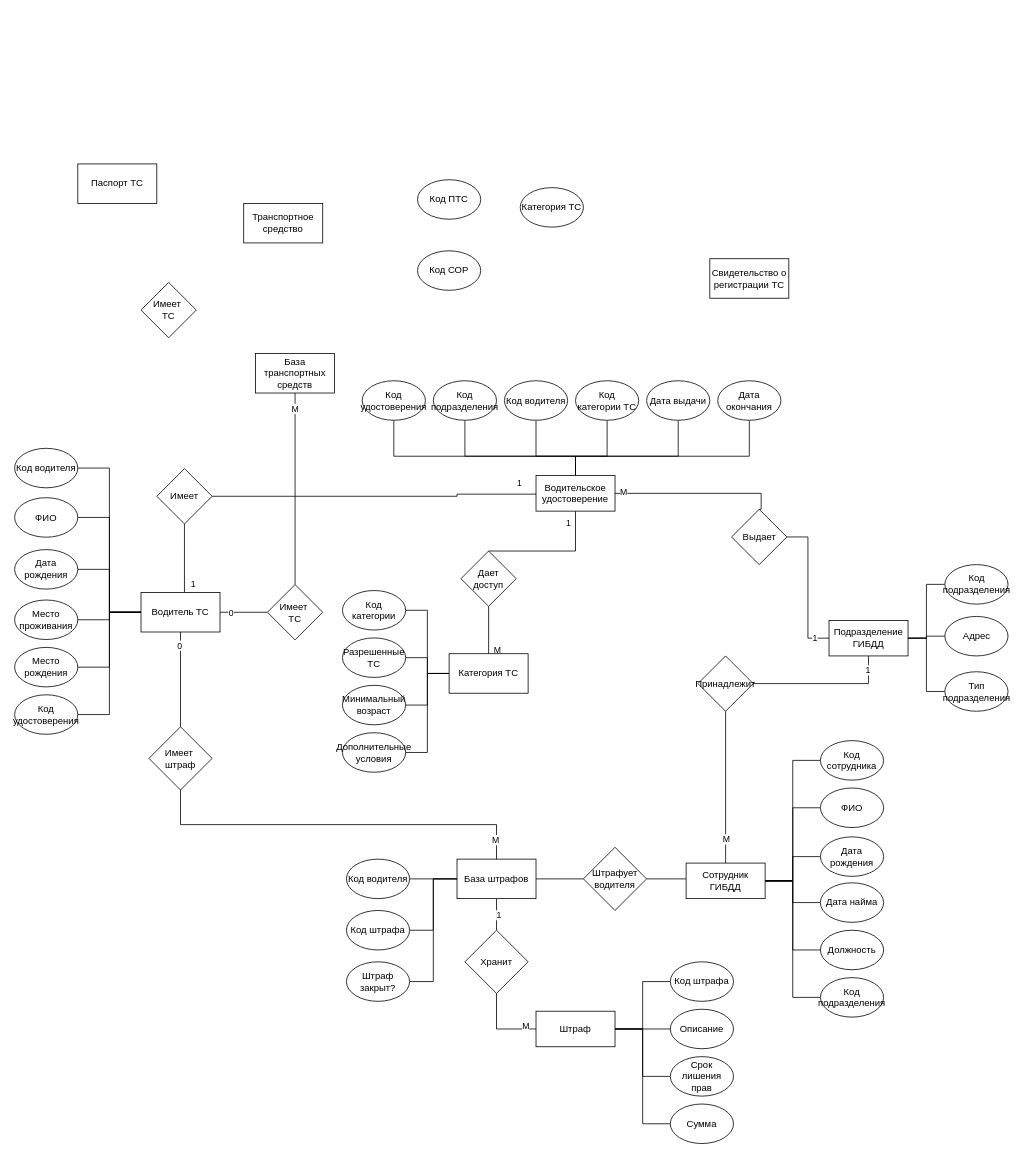
Above: RelateModel.drawio in duahifnv/TrafficInspectionApp (draw.io), before the change. Source tidied: cells renumbered, new cells numbered last; positions are measured from the earlier drawing's top-left corner, leaving out a move shared by most shapes. Both pictures are drawn from the tidied source at 79%, with x=0, y=0 at pixel (14, 164).
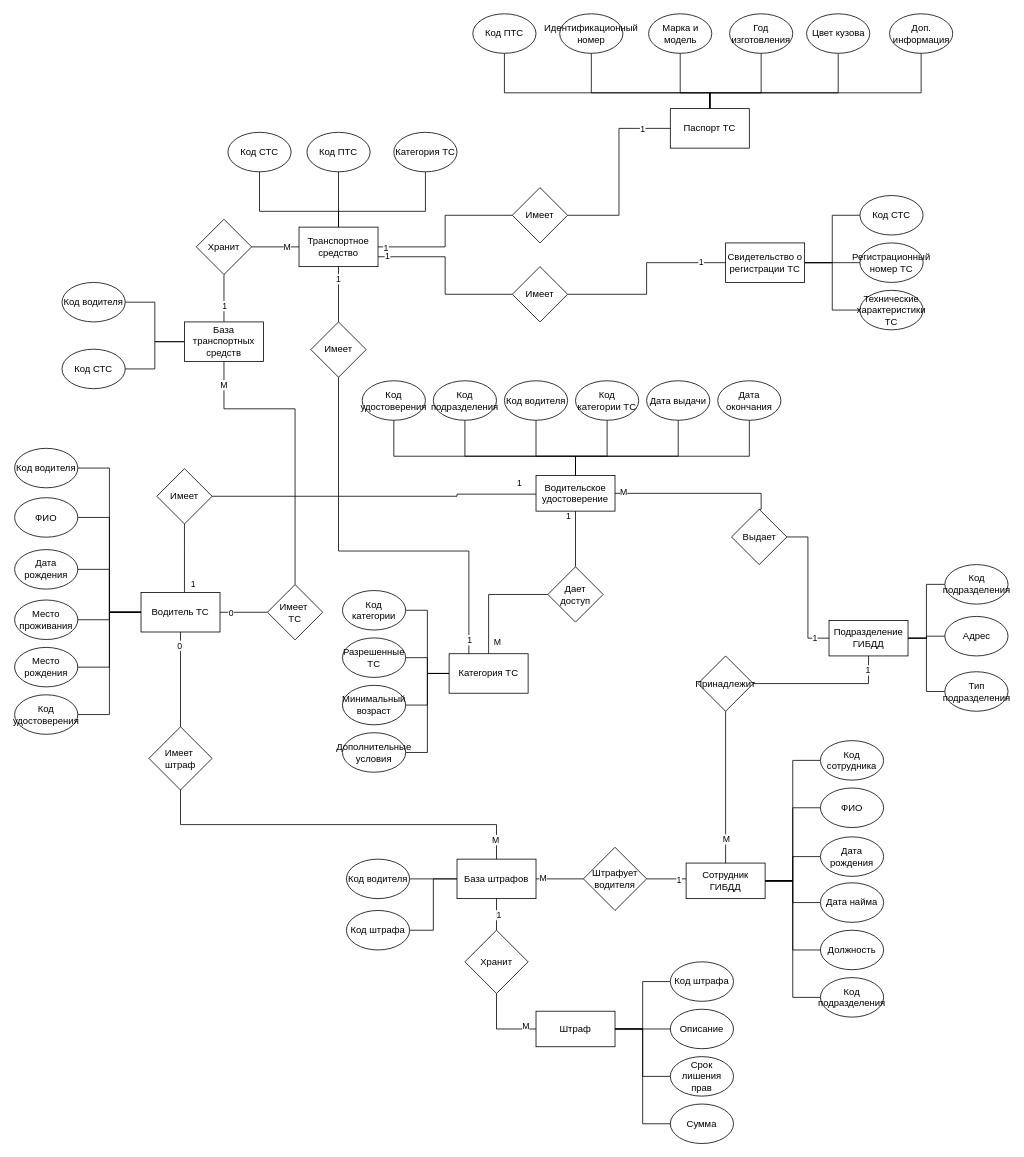
The same page after the edit.

The change refers to these unchanged cells:
```xml
<mxCell id="46" value="Категория ТС" style="rounded=0;whiteSpace=wrap;html=1;" parent="1" vertex="1">
  <mxGeometry x="550" y="620" width="100" height="50" as="geometry" />
</mxCell>
<mxCell id="69" style="edgeStyle=orthogonalEdgeStyle;rounded=0;jettySize=auto;html=1;entryX=1;entryY=0.5;entryDx=0;entryDy=0;endArrow=none;endFill=0;" parent="1" edge="1" source="70" target="105">
  <mxGeometry relative="1" as="geometry">
    <Array as="points">
      <mxPoint x="840" y="905" />
      <mxPoint x="840" y="905" />
    </Array>
  </mxGeometry>
</mxCell>
<mxCell id="87" value="База штрафов" style="rounded=0;whiteSpace=wrap;html=1;" parent="1" vertex="1">
  <mxGeometry x="560" y="880" width="100" height="50" as="geometry" />
</mxCell>
<mxCell id="104" style="edgeStyle=orthogonalEdgeStyle;rounded=0;jettySize=auto;html=1;entryX=1;entryY=0.5;entryDx=0;entryDy=0;endArrow=none;endFill=0;" parent="1" edge="1" source="105" target="87">
  <mxGeometry relative="1" as="geometry" />
</mxCell>
<mxCell id="116" value="Имеет&amp;nbsp;&lt;div&gt;ТС&lt;/div&gt;" style="rhombus;whiteSpace=wrap;html=1;" parent="1" vertex="1">
  <mxGeometry x="320" y="532.5" width="70" height="70" as="geometry" />
</mxCell>
```

Diff of the diagram source:
```diff
@@
     <mxCell id="41" value="Дает&lt;div&gt;доступ&lt;/div&gt;" style="rhombus;whiteSpace=wrap;html=1;" parent="1" vertex="1">
-      <mxGeometry x="565" y="490" width="70" height="70" as="geometry" />
+      <mxGeometry x="675" y="510" width="70" height="70" as="geometry" />
     </mxCell>
@@
+    <mxCell id="119" value="1" style="edgeLabel;html=1;align=center;verticalAlign=middle;" parent="69" vertex="1">
+      <mxGeometry x="-0.59" y="1" relative="1" as="geometry" />
+    </mxCell>
@@
-    <mxCell id="84" style="edgeStyle=orthogonalEdgeStyle;rounded=0;jettySize=auto;html=1;entryX=1;entryY=0.5;entryDx=0;entryDy=0;endArrow=none;endFill=0;" parent="1" edge="1" source="87" target="106">
-      <mxGeometry relative="1" as="geometry" />
-    </mxCell>
@@
+    <mxCell id="120" value="M" style="edgeLabel;html=1;align=center;verticalAlign=middle;" parent="104" vertex="1">
+      <mxGeometry x="0.72" y="-2" relative="1" as="geometry" />
+    </mxCell>
@@
-    <mxCell id="106" value="Штраф закрыт?" style="ellipse;whiteSpace=wrap;html=1;" parent="1" vertex="1">
-      <mxGeometry x="420" y="1010" width="80" height="50" as="geometry" />
-    </mxCell>
@@
+    <mxCell id="121" style="edgeStyle=orthogonalEdgeStyle;rounded=0;jettySize=auto;html=1;entryX=0.5;entryY=1;entryDx=0;entryDy=0;endArrow=none;endFill=0;" parent="1" edge="1" source="108" target="159">
+      <mxGeometry relative="1" as="geometry">
+        <Array as="points">
+          <mxPoint x="880" y="-90" />
+          <mxPoint x="620" y="-90" />
+        </Array>
+      </mxGeometry>
+    </mxCell>
+    <mxCell id="122" style="edgeStyle=orthogonalEdgeStyle;rounded=0;jettySize=auto;html=1;entryX=0.5;entryY=1;entryDx=0;entryDy=0;endArrow=none;endFill=0;" parent="1" edge="1" source="108" target="160">
+      <mxGeometry relative="1" as="geometry">
+        <Array as="points">
+          <mxPoint x="880" y="-90" />
+          <mxPoint x="730" y="-90" />
+        </Array>
+      </mxGeometry>
+    </mxCell>
+    <mxCell id="123" style="edgeStyle=orthogonalEdgeStyle;rounded=0;jettySize=auto;html=1;entryX=0.5;entryY=1;entryDx=0;entryDy=0;endArrow=none;endFill=0;" parent="1" edge="1" source="108" target="161">
+      <mxGeometry relative="1" as="geometry">
+        <Array as="points">
+          <mxPoint x="880" y="-90" />
+          <mxPoint x="843" y="-90" />
+        </Array>
+      </mxGeometry>
+    </mxCell>
+    <mxCell id="124" style="edgeStyle=orthogonalEdgeStyle;rounded=0;jettySize=auto;html=1;entryX=0.5;entryY=1;entryDx=0;entryDy=0;endArrow=none;endFill=0;" parent="1" edge="1" source="108" target="162">
+      <mxGeometry relative="1" as="geometry">
+        <Array as="points">
+          <mxPoint x="880" y="-90" />
+          <mxPoint x="945" y="-90" />
+        </Array>
+      </mxGeometry>
+    </mxCell>
+    <mxCell id="125" style="edgeStyle=orthogonalEdgeStyle;rounded=0;jettySize=auto;html=1;entryX=0.5;entryY=1;entryDx=0;entryDy=0;endArrow=none;endFill=0;" parent="1" edge="1" source="108" target="163">
+      <mxGeometry relative="1" as="geometry">
+        <Array as="points">
+          <mxPoint x="880" y="-90" />
+          <mxPoint x="1043" y="-90" />
+        </Array>
+      </mxGeometry>
+    </mxCell>
+    <mxCell id="126" style="edgeStyle=orthogonalEdgeStyle;rounded=0;jettySize=auto;html=1;entryX=0.5;entryY=1;entryDx=0;entryDy=0;endArrow=none;endFill=0;" parent="1" edge="1" source="108" target="164">
+      <mxGeometry relative="1" as="geometry">
+        <Array as="points">
+          <mxPoint x="880" y="-90" />
+          <mxPoint x="1148" y="-90" />
+        </Array>
+      </mxGeometry>
+    </mxCell>
     <mxCell id="108" value="Паспорт ТС" style="rounded=0;whiteSpace=wrap;html=1;" parent="1" vertex="1">
-      <mxGeometry x="80" width="100" height="50" as="geometry" />
+      <mxGeometry x="830" y="-70" width="100" height="50" as="geometry" />
     </mxCell>
+    <mxCell id="127" style="edgeStyle=orthogonalEdgeStyle;rounded=0;jettySize=auto;html=1;entryX=0;entryY=0.5;entryDx=0;entryDy=0;endArrow=none;endFill=0;" parent="1" edge="1" source="109" target="149">
+      <mxGeometry relative="1" as="geometry" />
+    </mxCell>
+    <mxCell id="128" value="1" style="edgeLabel;html=1;align=center;verticalAlign=middle;" parent="127" vertex="1">
+      <mxGeometry x="-0.57" y="-1" relative="1" as="geometry" />
+    </mxCell>
+    <mxCell id="129" style="edgeStyle=orthogonalEdgeStyle;rounded=0;jettySize=auto;html=1;entryX=0.5;entryY=1;entryDx=0;entryDy=0;endArrow=none;endFill=0;" parent="1" edge="1" source="109" target="111">
+      <mxGeometry relative="1" as="geometry">
+        <Array as="points">
+          <mxPoint x="410" y="60" />
+          <mxPoint x="310" y="60" />
+        </Array>
+      </mxGeometry>
+    </mxCell>
+    <mxCell id="130" style="edgeStyle=orthogonalEdgeStyle;rounded=0;jettySize=auto;html=1;entryX=0.5;entryY=1;entryDx=0;entryDy=0;endArrow=none;endFill=0;" parent="1" edge="1" source="109" target="112">
+      <mxGeometry relative="1" as="geometry" />
+    </mxCell>
+    <mxCell id="131" style="edgeStyle=orthogonalEdgeStyle;rounded=0;jettySize=auto;html=1;entryX=0.5;entryY=1;entryDx=0;entryDy=0;endArrow=none;endFill=0;" parent="1" edge="1" source="109" target="113">
+      <mxGeometry relative="1" as="geometry">
+        <Array as="points">
+          <mxPoint x="410" y="60" />
+          <mxPoint x="520" y="60" />
+        </Array>
+      </mxGeometry>
+    </mxCell>
+    <mxCell id="132" style="edgeStyle=orthogonalEdgeStyle;rounded=0;jettySize=auto;html=1;entryX=0;entryY=0.5;entryDx=0;entryDy=0;endArrow=none;endFill=0;" parent="1" edge="1" source="109" target="152">
+      <mxGeometry relative="1" as="geometry" />
+    </mxCell>
+    <mxCell id="133" value="1" style="edgeLabel;html=1;align=center;verticalAlign=middle;" parent="132" vertex="1">
+      <mxGeometry x="-0.91" y="-1" relative="1" as="geometry" />
+    </mxCell>
+    <mxCell id="134" style="edgeStyle=orthogonalEdgeStyle;rounded=0;jettySize=auto;html=1;exitX=1;exitY=0.75;exitDx=0;exitDy=0;entryX=0;entryY=0.5;entryDx=0;entryDy=0;endArrow=none;endFill=0;" parent="1" edge="1" source="109" target="155">
+      <mxGeometry relative="1" as="geometry" />
+    </mxCell>
+    <mxCell id="135" value="1" style="edgeLabel;html=1;align=center;verticalAlign=middle;" parent="134" vertex="1">
+      <mxGeometry x="-0.9" y="1" relative="1" as="geometry" />
+    </mxCell>
     <mxCell id="109" value="Транспортное средство" style="rounded=0;whiteSpace=wrap;html=1;" parent="1" vertex="1">
-      <mxGeometry x="290" y="50" width="100" height="50" as="geometry" />
+      <mxGeometry x="360" y="80" width="100" height="50" as="geometry" />
     </mxCell>
+    <mxCell id="136" style="edgeStyle=orthogonalEdgeStyle;rounded=0;jettySize=auto;html=1;entryX=0;entryY=0.5;entryDx=0;entryDy=0;endArrow=none;endFill=0;" parent="1" edge="1" source="110" target="157">
+      <mxGeometry relative="1" as="geometry" />
+    </mxCell>
+    <mxCell id="137" style="edgeStyle=orthogonalEdgeStyle;rounded=0;jettySize=auto;html=1;entryX=0;entryY=0.5;entryDx=0;entryDy=0;endArrow=none;endFill=0;" parent="1" edge="1" source="110" target="156">
+      <mxGeometry relative="1" as="geometry" />
+    </mxCell>
+    <mxCell id="138" style="edgeStyle=orthogonalEdgeStyle;rounded=0;jettySize=auto;html=1;entryX=0;entryY=0.5;entryDx=0;entryDy=0;endArrow=none;endFill=0;" parent="1" edge="1" source="110" target="158">
+      <mxGeometry relative="1" as="geometry" />
+    </mxCell>
     <mxCell id="110" value="Свидетельство о регистрации ТС" style="rounded=0;whiteSpace=wrap;html=1;" parent="1" vertex="1">
-      <mxGeometry x="880" y="120" width="100" height="50" as="geometry" />
+      <mxGeometry x="900" y="100" width="100" height="50" as="geometry" />
     </mxCell>
-    <mxCell id="111" value="Код СОР" style="ellipse;whiteSpace=wrap;html=1;" parent="1" vertex="1">
-      <mxGeometry x="510" y="110" width="80" height="50" as="geometry" />
+    <mxCell id="111" value="Код СТС" style="ellipse;whiteSpace=wrap;html=1;" parent="1" vertex="1">
+      <mxGeometry x="270" y="-40" width="80" height="50" as="geometry" />
     </mxCell>
     <mxCell id="112" value="Код ПТС" style="ellipse;whiteSpace=wrap;html=1;" parent="1" vertex="1">
-      <mxGeometry x="510" y="20" width="80" height="50" as="geometry" />
+      <mxGeometry x="370" y="-40" width="80" height="50" as="geometry" />
     </mxCell>
     <mxCell id="113" value="Категория ТС" style="ellipse;whiteSpace=wrap;html=1;" parent="1" vertex="1">
-      <mxGeometry x="640" y="30" width="80" height="50" as="geometry" />
+      <mxGeometry x="480" y="-40" width="80" height="50" as="geometry" />
     </mxCell>
     <mxCell id="114" style="edgeStyle=orthogonalEdgeStyle;rounded=0;jettySize=auto;html=1;entryX=0.5;entryY=1;entryDx=0;entryDy=0;endArrow=none;endFill=0;" parent="1" edge="1" source="116" target="117">
-      <mxGeometry relative="1" as="geometry" />
+      <mxGeometry relative="1" as="geometry">
+        <Array as="points">
+          <mxPoint x="355" y="310" />
+          <mxPoint x="265" y="310" />
+        </Array>
+      </mxGeometry>
     </mxCell>
@@
+    <mxCell id="139" style="edgeStyle=orthogonalEdgeStyle;rounded=0;jettySize=auto;html=1;entryX=1;entryY=0.5;entryDx=0;entryDy=0;endArrow=none;endFill=0;" parent="1" edge="1" source="117" target="145">
+      <mxGeometry relative="1" as="geometry" />
+    </mxCell>
+    <mxCell id="140" style="edgeStyle=orthogonalEdgeStyle;rounded=0;jettySize=auto;html=1;entryX=1;entryY=0.5;entryDx=0;entryDy=0;endArrow=none;endFill=0;" parent="1" edge="1" source="117" target="146">
+      <mxGeometry relative="1" as="geometry" />
+    </mxCell>
+    <mxCell id="141" style="edgeStyle=orthogonalEdgeStyle;rounded=0;jettySize=auto;html=1;entryX=0.5;entryY=1;entryDx=0;entryDy=0;endArrow=none;endFill=0;" parent="1" edge="1" source="117" target="118">
+      <mxGeometry relative="1" as="geometry" />
+    </mxCell>
+    <mxCell id="142" value="1" style="edgeLabel;html=1;align=center;verticalAlign=middle;" parent="141" vertex="1">
+      <mxGeometry x="-0.3" relative="1" as="geometry" />
+    </mxCell>
     <mxCell id="117" value="База транспортных средств" style="rounded=0;whiteSpace=wrap;html=1;" parent="1" vertex="1">
-      <mxGeometry x="305" y="240" width="100" height="50" as="geometry" />
+      <mxGeometry x="215" y="200" width="100" height="50" as="geometry" />
     </mxCell>
+    <mxCell id="143" style="edgeStyle=orthogonalEdgeStyle;rounded=0;jettySize=auto;html=1;entryX=0;entryY=0.5;entryDx=0;entryDy=0;endArrow=none;endFill=0;" parent="1" edge="1" source="118" target="109">
+      <mxGeometry relative="1" as="geometry" />
+    </mxCell>
+    <mxCell id="144" value="M" style="edgeLabel;html=1;align=center;verticalAlign=middle;" parent="143" vertex="1">
+      <mxGeometry x="0.46" y="1" relative="1" as="geometry" />
+    </mxCell>
-    <mxCell id="118" value="Имеет&amp;nbsp;&lt;div&gt;ТС&lt;/div&gt;" style="rhombus;whiteSpace=wrap;html=1;" parent="1" vertex="1">
-      <mxGeometry x="160" y="150" width="70" height="70" as="geometry" />
+    <mxCell id="118" value="Хранит" style="rhombus;whiteSpace=wrap;html=1;" parent="1" vertex="1">
+      <mxGeometry x="230" y="70" width="70" height="70" as="geometry" />
     </mxCell>
+    <mxCell id="145" value="Код водителя" style="ellipse;whiteSpace=wrap;html=1;" parent="1" vertex="1">
+      <mxGeometry x="60" y="150" width="80" height="50" as="geometry" />
+    </mxCell>
+    <mxCell id="146" value="Код СТС" style="ellipse;whiteSpace=wrap;html=1;" parent="1" vertex="1">
+      <mxGeometry x="60" y="234.5" width="80" height="50" as="geometry" />
+    </mxCell>
+    <mxCell id="147" style="edgeStyle=orthogonalEdgeStyle;rounded=0;jettySize=auto;html=1;entryX=0.25;entryY=0;entryDx=0;entryDy=0;endArrow=none;endFill=0;" parent="1" edge="1" source="149" target="46">
+      <mxGeometry relative="1" as="geometry">
+        <Array as="points">
+          <mxPoint x="410" y="490" />
+          <mxPoint x="575" y="490" />
+        </Array>
+      </mxGeometry>
+    </mxCell>
+    <mxCell id="148" value="1" style="edgeLabel;html=1;align=center;verticalAlign=middle;" parent="147" vertex="1">
+      <mxGeometry x="0.93" relative="1" as="geometry" />
+    </mxCell>
+    <mxCell id="149" value="Имеет" style="rhombus;whiteSpace=wrap;html=1;direction=south;" parent="1" vertex="1">
+      <mxGeometry x="375" y="200" width="70" height="70" as="geometry" />
+    </mxCell>
+    <mxCell id="150" style="edgeStyle=orthogonalEdgeStyle;rounded=0;jettySize=auto;html=1;entryX=0;entryY=0.5;entryDx=0;entryDy=0;endArrow=none;endFill=0;" parent="1" edge="1" source="152" target="108">
+      <mxGeometry relative="1" as="geometry" />
+    </mxCell>
+    <mxCell id="151" value="1" style="edgeLabel;html=1;align=center;verticalAlign=middle;" parent="150" vertex="1">
+      <mxGeometry x="0.7" relative="1" as="geometry" />
+    </mxCell>
+    <mxCell id="152" value="Имеет" style="rhombus;whiteSpace=wrap;html=1;" parent="1" vertex="1">
+      <mxGeometry x="630" y="30" width="70" height="70" as="geometry" />
+    </mxCell>
+    <mxCell id="153" style="edgeStyle=orthogonalEdgeStyle;rounded=0;jettySize=auto;html=1;entryX=0;entryY=0.5;entryDx=0;entryDy=0;endArrow=none;endFill=0;" parent="1" edge="1" source="155" target="110">
+      <mxGeometry relative="1" as="geometry" />
+    </mxCell>
+    <mxCell id="154" value="1" style="edgeLabel;html=1;align=center;verticalAlign=middle;" parent="153" vertex="1">
+      <mxGeometry x="0.73" y="2" relative="1" as="geometry" />
+    </mxCell>
+    <mxCell id="155" value="Имеет" style="rhombus;whiteSpace=wrap;html=1;" parent="1" vertex="1">
+      <mxGeometry x="630" y="130" width="70" height="70" as="geometry" />
+    </mxCell>
+    <mxCell id="156" value="Код СТС" style="ellipse;whiteSpace=wrap;html=1;" parent="1" vertex="1">
+      <mxGeometry x="1070" y="40" width="80" height="50" as="geometry" />
+    </mxCell>
+    <mxCell id="157" value="Регистрационный номер ТС" style="ellipse;whiteSpace=wrap;html=1;" parent="1" vertex="1">
+      <mxGeometry x="1070" y="100" width="80" height="50" as="geometry" />
+    </mxCell>
+    <mxCell id="158" value="Технические характеристики ТС" style="ellipse;whiteSpace=wrap;html=1;" parent="1" vertex="1">
+      <mxGeometry x="1070" y="160" width="80" height="50" as="geometry" />
+    </mxCell>
+    <mxCell id="159" value="Код ПТС" style="ellipse;whiteSpace=wrap;html=1;" parent="1" vertex="1">
+      <mxGeometry x="580" y="-190" width="80" height="50" as="geometry" />
+    </mxCell>
+    <mxCell id="160" value="Идентификационный номер" style="ellipse;whiteSpace=wrap;html=1;" parent="1" vertex="1">
+      <mxGeometry x="690" y="-190" width="80" height="50" as="geometry" />
+    </mxCell>
+    <mxCell id="161" value="Марка и модель" style="ellipse;whiteSpace=wrap;html=1;" parent="1" vertex="1">
+      <mxGeometry x="802.5" y="-190" width="80" height="50" as="geometry" />
+    </mxCell>
+    <mxCell id="162" value="Год изготовления" style="ellipse;whiteSpace=wrap;html=1;" parent="1" vertex="1">
+      <mxGeometry x="905" y="-190" width="80" height="50" as="geometry" />
+    </mxCell>
+    <mxCell id="163" value="Цвет кузова" style="ellipse;whiteSpace=wrap;html=1;" parent="1" vertex="1">
+      <mxGeometry x="1002.5" y="-190" width="80" height="50" as="geometry" />
+    </mxCell>
+    <mxCell id="164" value="Доп. информация" style="ellipse;whiteSpace=wrap;html=1;" parent="1" vertex="1">
+      <mxGeometry x="1107.5" y="-190" width="80" height="50" as="geometry" />
+    </mxCell>
```
